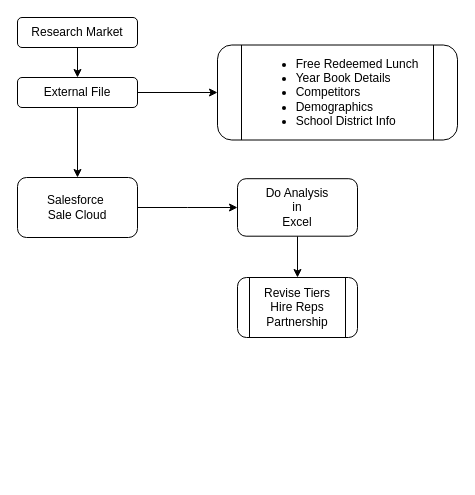
Before: page "RM" (2 of 4) of 11.drawio in ai-next-zen/diagrams, a draw.io diagram. Source tidied: cells renumbered, new cells numbered last; positions are measured from the earlier drawing's top-left corner, leaving out a move shared by most shapes. Both pictures are drawn from the tidied source at 100%, with x=0, y=0 at pixel (17, 17).
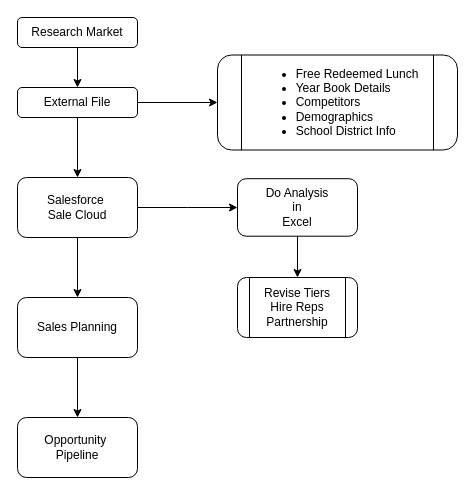
Above is the later version.

What changed in the source:
```diff
@@
 <mxGraphModel>
   <root>
     <mxCell id="0" />
     <mxCell id="1" parent="0" />
     <mxCell id="2" style="edgeStyle=orthogonalEdgeStyle;rounded=0;jettySize=auto;html=1;entryX=0.5;entryY=0;entryDx=0;entryDy=0;" parent="1" edge="1" source="3" target="6">
       <mxGeometry relative="1" as="geometry" />
     </mxCell>
     <mxCell id="3" value="Research Market" style="rounded=1;whiteSpace=wrap;html=1;" parent="1" vertex="1">
       <mxGeometry width="120" height="30" as="geometry" />
     </mxCell>
     <mxCell id="4" style="edgeStyle=orthogonalEdgeStyle;rounded=0;jettySize=auto;html=1;" parent="1" edge="1" source="6" target="7">
       <mxGeometry relative="1" as="geometry" />
     </mxCell>
     <mxCell id="5" style="edgeStyle=orthogonalEdgeStyle;rounded=0;jettySize=auto;html=1;" parent="1" edge="1" source="6" target="11">
       <mxGeometry relative="1" as="geometry" />
     </mxCell>
     <mxCell id="6" value="External File" style="rounded=1;whiteSpace=wrap;html=1;" parent="1" vertex="1">
-      <mxGeometry y="60" width="120" height="30" as="geometry" />
+      <mxGeometry y="70" width="120" height="30" as="geometry" />
     </mxCell>
     <mxCell id="7" value="&lt;ul&gt;&lt;li&gt;Free Redeemed Lunch&lt;/li&gt;&lt;li style=&quot;text-align: left;&quot;&gt;Year Book Details&lt;/li&gt;&lt;li style=&quot;text-align: left;&quot;&gt;&lt;span style=&quot;background-color: transparent; color: light-dark(rgb(0, 0, 0), rgb(255, 255, 255));&quot;&gt;Competitors&lt;/span&gt;&lt;/li&gt;&lt;li style=&quot;text-align: left;&quot;&gt;&lt;span style=&quot;background-color: transparent; color: light-dark(rgb(0, 0, 0), rgb(255, 255, 255));&quot;&gt;Demographics&lt;/span&gt;&lt;/li&gt;&lt;li style=&quot;text-align: left;&quot;&gt;&lt;span style=&quot;background-color: transparent; color: light-dark(rgb(0, 0, 0), rgb(255, 255, 255));&quot;&gt;School District Info&amp;nbsp;&lt;/span&gt;&lt;/li&gt;&lt;/ul&gt;" style="shape=process;whiteSpace=wrap;html=1;backgroundOutline=1;rounded=1;" parent="1" vertex="1">
-      <mxGeometry x="200" y="27.5" width="240" height="95" as="geometry" />
+      <mxGeometry x="200" y="37.5" width="240" height="95" as="geometry" />
     </mxCell>
     <mxCell id="8" style="edgeStyle=orthogonalEdgeStyle;rounded=0;jettySize=auto;html=1;" parent="1" edge="1" source="9" target="12">
       <mxGeometry relative="1" as="geometry" />
     </mxCell>
     <mxCell id="9" value="Do Analysis&lt;div&gt;in&lt;/div&gt;&lt;div&gt;Excel&lt;/div&gt;" style="whiteSpace=wrap;html=1;rounded=1;" parent="1" vertex="1">
       <mxGeometry x="220" y="161.2" width="120" height="57.5" as="geometry" />
     </mxCell>
     <mxCell id="10" style="edgeStyle=orthogonalEdgeStyle;rounded=0;jettySize=auto;html=1;" parent="1" edge="1" source="11" target="9">
       <mxGeometry relative="1" as="geometry" />
     </mxCell>
+    <mxCell id="13" style="edgeStyle=orthogonalEdgeStyle;rounded=0;jettySize=auto;html=1;" parent="1" edge="1" source="11" target="15">
+      <mxGeometry relative="1" as="geometry" />
+    </mxCell>
     <mxCell id="11" value="Salesforce&amp;nbsp;&lt;div&gt;Sale Cloud&lt;/div&gt;" style="whiteSpace=wrap;html=1;rounded=1;" parent="1" vertex="1">
       <mxGeometry y="160" width="120" height="60" as="geometry" />
     </mxCell>
     <mxCell id="12" value="Revise Tiers&lt;div&gt;Hire Reps&lt;/div&gt;&lt;div&gt;Partnership&lt;/div&gt;" style="shape=process;whiteSpace=wrap;html=1;backgroundOutline=1;rounded=1;" parent="1" vertex="1">
       <mxGeometry x="220" y="260" width="120" height="60" as="geometry" />
     </mxCell>
+    <mxCell id="14" style="edgeStyle=orthogonalEdgeStyle;rounded=0;jettySize=auto;html=1;" parent="1" edge="1" source="15" target="16">
+      <mxGeometry relative="1" as="geometry" />
+    </mxCell>
+    <mxCell id="15" value="Sales Planning" style="whiteSpace=wrap;html=1;rounded=1;" parent="1" vertex="1">
+      <mxGeometry y="280" width="120" height="60" as="geometry" />
+    </mxCell>
+    <mxCell id="16" value="Opportunity&amp;nbsp;&lt;div&gt;Pipeline&lt;/div&gt;" style="whiteSpace=wrap;html=1;rounded=1;" parent="1" vertex="1">
+      <mxGeometry y="400" width="120" height="60" as="geometry" />
+    </mxCell>
   </root>
 </mxGraphModel>
```
